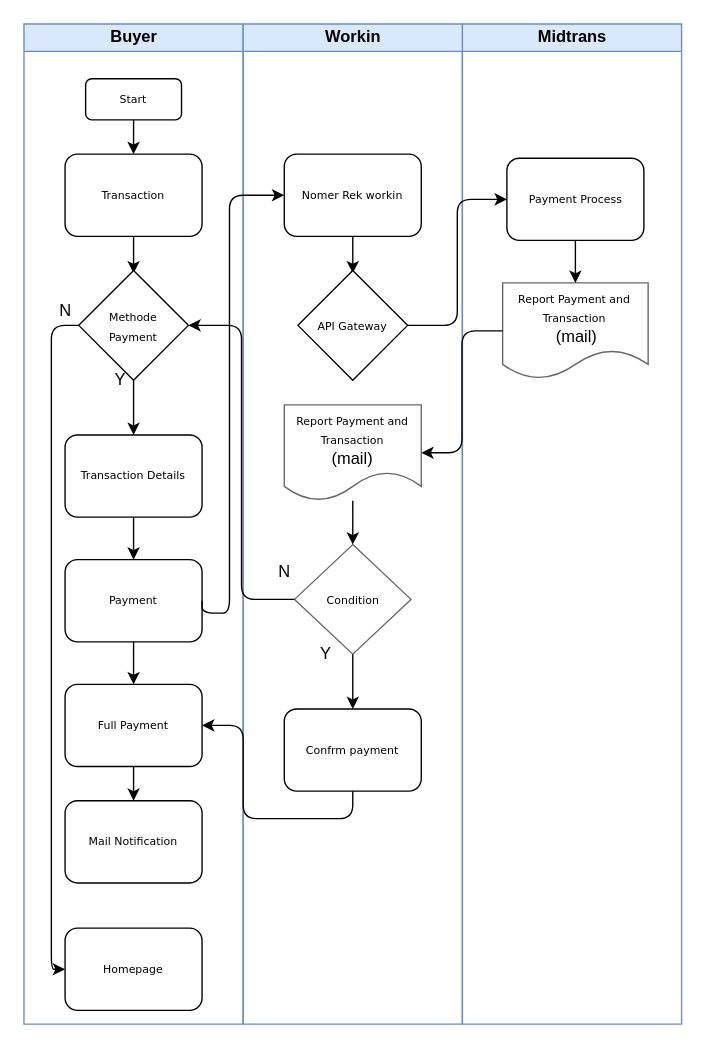
ahmadfaqih-dev/Flowchart keeps this draw.io diagram as page "Flow Midtrans" (3 of 3) of Diagram Tanpa Judul.drawio. Above is the earlier version. Source tidied: cells renumbered, new cells numbered last; positions are measured from the earlier drawing's top-left corner, leaving out a move shared by most shapes. Both pictures are drawn from the tidied source at 137%, with x=0, y=0 at pixel (23, 23).
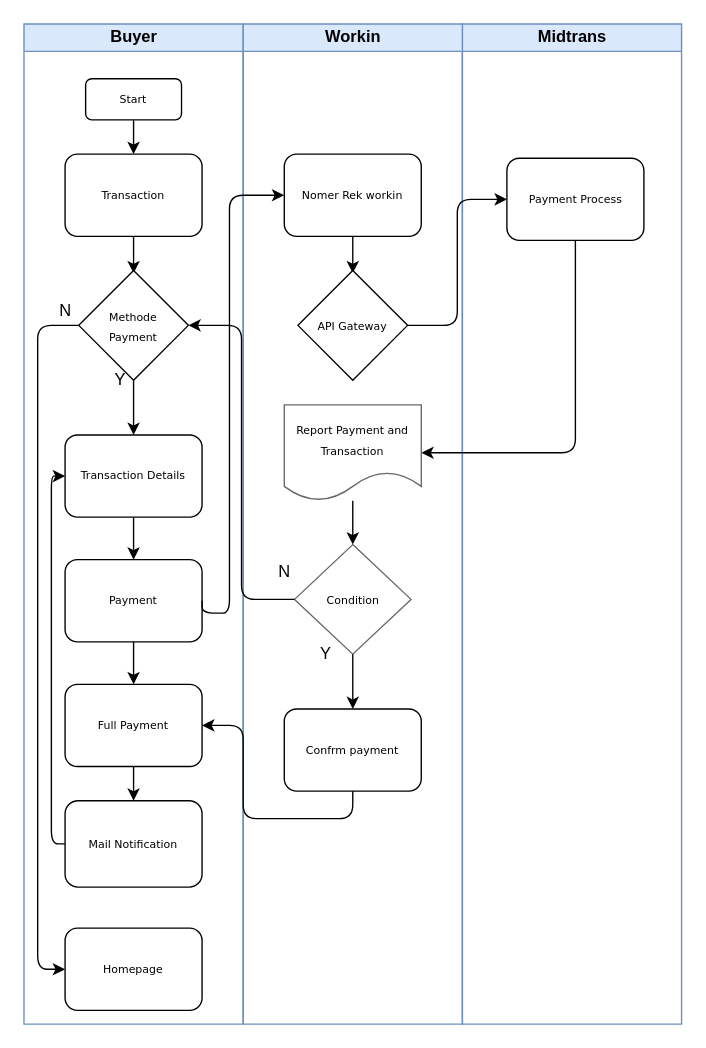
The same page after the edit.

Unchanged cells that the change refers to:
```xml
<mxCell id="2" value="Buyer" style="swimlane;html=1;startSize=20;fillColor=#dae8fc;strokeColor=#6c8ebf;" parent="1" vertex="1">
  <mxGeometry width="160" height="730" as="geometry" />
</mxCell>
<mxCell id="4" value="Transaction Details" style="rounded=1;whiteSpace=wrap;html=1;shadow=0;labelBackgroundColor=none;strokeWidth=1;fontFamily=Verdana;fontSize=8;align=center;" parent="2" vertex="1">
  <mxGeometry x="30" y="300" width="100" height="60" as="geometry" />
</mxCell>
<mxCell id="13" value="&lt;div&gt;&lt;font style=&quot;font-size: 8px&quot; face=&quot;Verdana&quot;&gt;Methode&lt;/font&gt;&lt;/div&gt;&lt;div&gt;&lt;font style=&quot;font-size: 8px&quot; face=&quot;Verdana&quot;&gt;Payment&lt;/font&gt;&lt;/div&gt;" style="rhombus;whiteSpace=wrap;html=1;" parent="2" vertex="1">
  <mxGeometry x="40" y="180" width="80" height="80" as="geometry" />
</mxCell>
<mxCell id="16" value="Homepage" style="rounded=1;whiteSpace=wrap;html=1;shadow=0;labelBackgroundColor=none;strokeWidth=1;fontFamily=Verdana;fontSize=8;align=center;" parent="2" vertex="1">
  <mxGeometry x="30" y="660" width="100" height="60" as="geometry" />
</mxCell>
<mxCell id="18" value="Midtrans" style="swimlane;html=1;startSize=20;fillColor=#dae8fc;strokeColor=#6c8ebf;" parent="1" vertex="1">
  <mxGeometry x="320" width="160" height="730" as="geometry" />
</mxCell>
<mxCell id="20" value="Payment Process" style="rounded=1;whiteSpace=wrap;html=1;shadow=0;labelBackgroundColor=none;strokeWidth=1;fontFamily=Verdana;fontSize=8;align=center;" parent="18" vertex="1">
  <mxGeometry x="32.5" y="98" width="100" height="60" as="geometry" />
</mxCell>
<mxCell id="24" value="Workin" style="swimlane;html=1;startSize=20;fillColor=#dae8fc;strokeColor=#6c8ebf;" parent="1" vertex="1">
  <mxGeometry x="160" width="160" height="730" as="geometry" />
</mxCell>
```

The edit, as a diff of the source:
```diff
@@
     <mxCell id="12" style="edgeStyle=orthogonalEdgeStyle;rounded=1;jettySize=auto;html=1;exitX=0;exitY=0.5;exitDx=0;exitDy=0;entryX=0;entryY=0.5;entryDx=0;entryDy=0;" parent="2" edge="1" source="13" target="16">
-      <mxGeometry relative="1" as="geometry" />
+      <mxGeometry relative="1" as="geometry">
+        <Array as="points">
+          <mxPoint x="10" y="220" />
+          <mxPoint x="10" y="690" />
+        </Array>
+      </mxGeometry>
     </mxCell>
@@
+    <mxCell id="42" style="edgeStyle=orthogonalEdgeStyle;rounded=1;jettySize=auto;html=1;exitX=0;exitY=0.5;exitDx=0;exitDy=0;entryX=0;entryY=0.5;entryDx=0;entryDy=0;" parent="2" edge="1" source="17" target="4">
+      <mxGeometry relative="1" as="geometry">
+        <Array as="points">
+          <mxPoint x="20" y="599" />
+          <mxPoint x="20" y="330" />
+        </Array>
+      </mxGeometry>
+    </mxCell>
     <mxCell id="17" value="Mail Notification" style="rounded=1;whiteSpace=wrap;html=1;shadow=0;labelBackgroundColor=none;strokeWidth=1;fontFamily=Verdana;fontSize=8;align=center;" parent="2" vertex="1">
-      <mxGeometry x="30" y="567" width="100" height="60" as="geometry" />
+      <mxGeometry x="30" y="567" width="100" height="63" as="geometry" />
     </mxCell>
@@
-    <mxCell id="19" style="edgeStyle=orthogonalEdgeStyle;rounded=1;jettySize=auto;html=1;exitX=0.5;exitY=1;exitDx=0;exitDy=0;entryX=0.5;entryY=0;entryDx=0;entryDy=0;" parent="18" edge="1" source="20" target="23">
-      <mxGeometry relative="1" as="geometry" />
-    </mxCell>
@@
-    <mxCell id="23" value="&lt;font style=&quot;font-size: 8px&quot; face=&quot;Verdana&quot;&gt;Report Payment and Transaction&lt;br&gt;&lt;/font&gt;&amp;nbsp;(mail)" style="shape=document;whiteSpace=wrap;html=1;boundedLbl=1;gradientColor=none;opacity=60;" parent="18" vertex="1">
-      <mxGeometry x="29.4" y="189" width="106.2" height="70" as="geometry" />
-    </mxCell>
@@
-    <mxCell id="30" value="&lt;div&gt;&lt;font style=&quot;font-size: 8px&quot; face=&quot;Verdana&quot;&gt;Report Payment and Transaction&lt;/font&gt;&lt;br&gt;&lt;/div&gt;&lt;div&gt;(mail)&lt;/div&gt;" style="shape=document;whiteSpace=wrap;html=1;boundedLbl=1;gradientColor=none;opacity=60;" parent="24" vertex="1">
+    <mxCell id="30" value="&lt;div&gt;&lt;font style=&quot;font-size: 8px&quot; face=&quot;Verdana&quot;&gt;Report Payment and Transaction&lt;/font&gt;&lt;br&gt;&lt;/div&gt;" style="shape=document;whiteSpace=wrap;html=1;boundedLbl=1;gradientColor=none;opacity=60;" parent="24" vertex="1">
       <mxGeometry x="30" y="278" width="100" height="70" as="geometry" />
     </mxCell>
@@
-    <mxCell id="40" style="edgeStyle=orthogonalEdgeStyle;rounded=1;jettySize=auto;html=1;entryX=1;entryY=0.5;entryDx=0;entryDy=0;" parent="1" edge="1" source="23" target="30">
-      <mxGeometry relative="1" as="geometry" />
-    </mxCell>
@@
+    <mxCell id="19" style="edgeStyle=orthogonalEdgeStyle;rounded=1;jettySize=auto;html=1;exitX=0.5;exitY=1;exitDx=0;exitDy=0;entryX=1;entryY=0.5;entryDx=0;entryDy=0;" parent="1" edge="1" source="20" target="30">
+      <mxGeometry relative="1" as="geometry" />
+    </mxCell>
```
